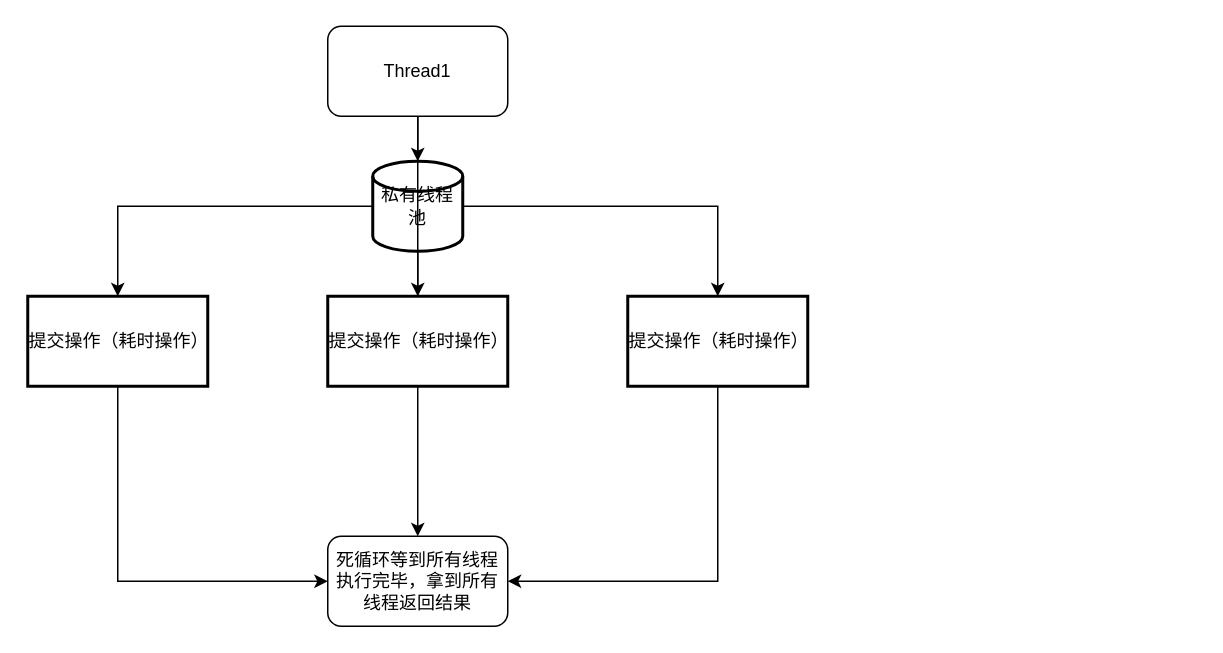
GaoAng-HRERS/diagram keeps this draw.io diagram as Untitled Diagram.drawio. Above is the earlier version. Source tidied: cells renumbered, new cells numbered last; positions are measured from the earlier drawing's top-left corner, leaving out a move shared by most shapes. Both pictures are drawn from the tidied source at 150%, with x=0, y=0 at pixel (27, 26).
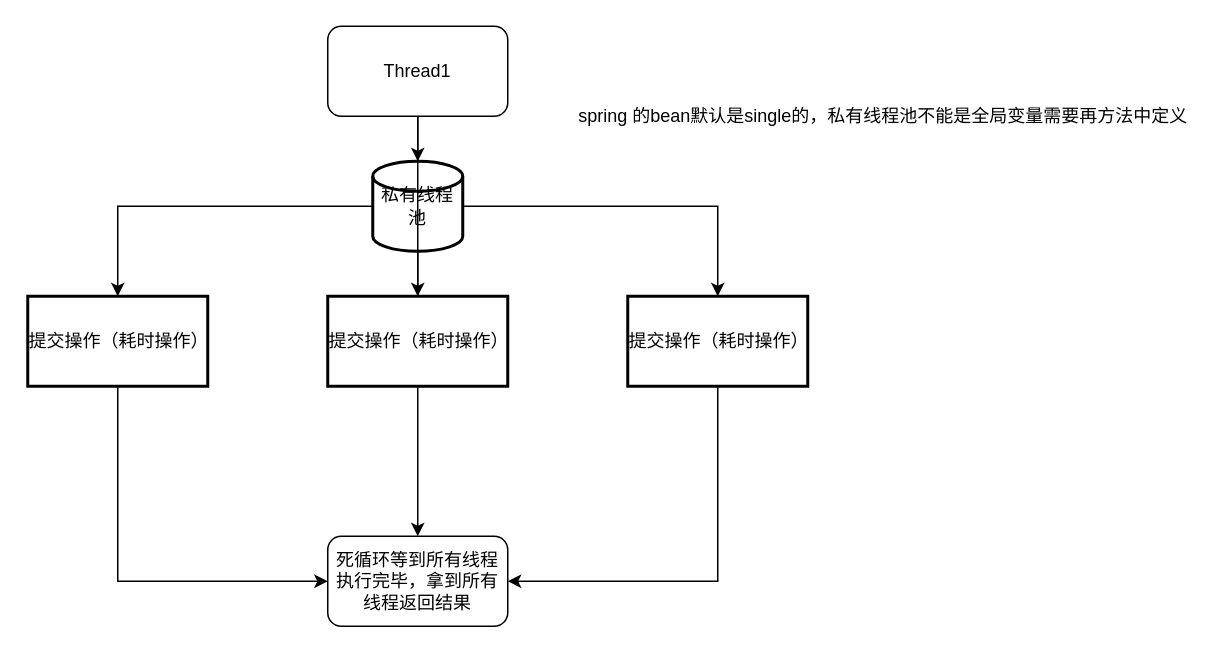
After the change.

The edit, as a diff of the source:
```diff
@@
 <mxGraphModel>
   <root>
     <mxCell id="0" />
     <mxCell id="1" parent="0" />
     <mxCell id="2" style="edgeStyle=orthogonalEdgeStyle;rounded=0;jettySize=auto;html=1;entryX=0.5;entryY=0;entryDx=0;entryDy=0;entryPerimeter=0;" parent="1" edge="1" source="4" target="8">
       <mxGeometry relative="1" as="geometry" />
     </mxCell>
     <mxCell id="3" style="edgeStyle=orthogonalEdgeStyle;rounded=0;jettySize=auto;html=1;startArrow=none;" parent="1" edge="1" source="10" target="9">
       <mxGeometry relative="1" as="geometry" />
     </mxCell>
     <mxCell id="4" value="Thread1" style="rounded=1;whiteSpace=wrap;html=1;" parent="1" vertex="1">
       <mxGeometry x="200" width="120" height="60" as="geometry" />
     </mxCell>
     <mxCell id="5" style="edgeStyle=orthogonalEdgeStyle;rounded=0;jettySize=auto;html=1;" parent="1" edge="1" source="8" target="10">
       <mxGeometry relative="1" as="geometry" />
     </mxCell>
     <mxCell id="6" style="edgeStyle=orthogonalEdgeStyle;rounded=0;jettySize=auto;html=1;" parent="1" edge="1" source="8" target="15">
       <mxGeometry relative="1" as="geometry" />
     </mxCell>
     <mxCell id="7" style="edgeStyle=orthogonalEdgeStyle;rounded=0;jettySize=auto;html=1;entryX=0.5;entryY=0;entryDx=0;entryDy=0;" parent="1" edge="1" source="8" target="13">
       <mxGeometry relative="1" as="geometry" />
     </mxCell>
     <mxCell id="8" value="私有线程池" style="strokeWidth=2;html=1;shape=mxgraph.flowchart.database;whiteSpace=wrap;" parent="1" vertex="1">
       <mxGeometry x="230" y="90" width="60" height="60" as="geometry" />
     </mxCell>
     <mxCell id="9" value="死循环等到所有线程执行完毕，拿到所有线程返回结果" style="whiteSpace=wrap;html=1;rounded=1;" parent="1" vertex="1">
       <mxGeometry x="200" y="340" width="120" height="60" as="geometry" />
     </mxCell>
     <mxCell id="10" value="提交操作（耗时操作）" style="whiteSpace=wrap;html=1;strokeWidth=2;" parent="1" vertex="1">
       <mxGeometry x="200" y="180" width="120" height="60" as="geometry" />
     </mxCell>
     <mxCell id="11" style="edgeStyle=orthogonalEdgeStyle;rounded=0;jettySize=auto;html=1;endArrow=none;" parent="1" edge="1" source="4" target="10">
       <mxGeometry relative="1" as="geometry" />
     </mxCell>
     <mxCell id="12" style="edgeStyle=orthogonalEdgeStyle;rounded=0;jettySize=auto;html=1;entryX=1;entryY=0.5;entryDx=0;entryDy=0;exitX=0.5;exitY=1;exitDx=0;exitDy=0;" parent="1" edge="1" source="13" target="9">
       <mxGeometry relative="1" as="geometry" />
     </mxCell>
     <mxCell id="13" value="&lt;span&gt;提交操作（耗时操作）&lt;/span&gt;" style="whiteSpace=wrap;html=1;strokeWidth=2;" parent="1" vertex="1">
       <mxGeometry x="400" y="180" width="120" height="60" as="geometry" />
     </mxCell>
     <mxCell id="14" style="edgeStyle=orthogonalEdgeStyle;rounded=0;jettySize=auto;html=1;entryX=0;entryY=0.5;entryDx=0;entryDy=0;exitX=0.5;exitY=1;exitDx=0;exitDy=0;" parent="1" edge="1" source="15" target="9">
       <mxGeometry relative="1" as="geometry" />
     </mxCell>
     <mxCell id="15" value="&lt;span&gt;提交操作（耗时操作）&lt;/span&gt;" style="whiteSpace=wrap;html=1;strokeWidth=2;" parent="1" vertex="1">
       <mxGeometry y="180" width="120" height="60" as="geometry" />
     </mxCell>
+    <mxCell id="16" value="spring 的bean默认是single的，私有线程池不能是全局变量需要再方法中定义" style="text;html=1;align=center;verticalAlign=middle;strokeColor=none;fillColor=none;" parent="1" vertex="1">
+      <mxGeometry x="360" y="50" width="420" height="20" as="geometry" />
+    </mxCell>
   </root>
 </mxGraphModel>
```
